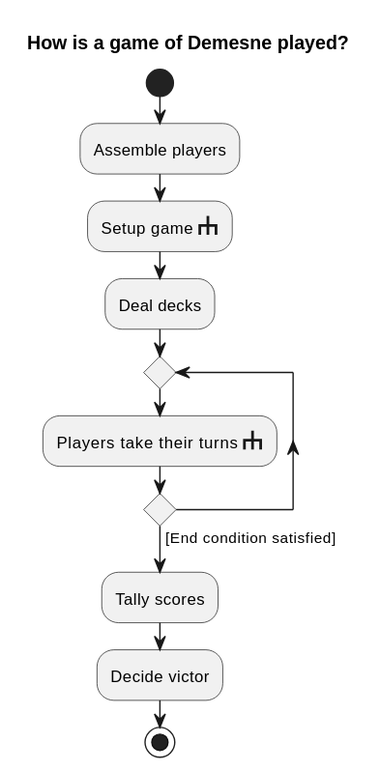
qwwqe/demesne keeps this PlantUML diagram as diagrams/game-activity.svg. Above is the earlier version.
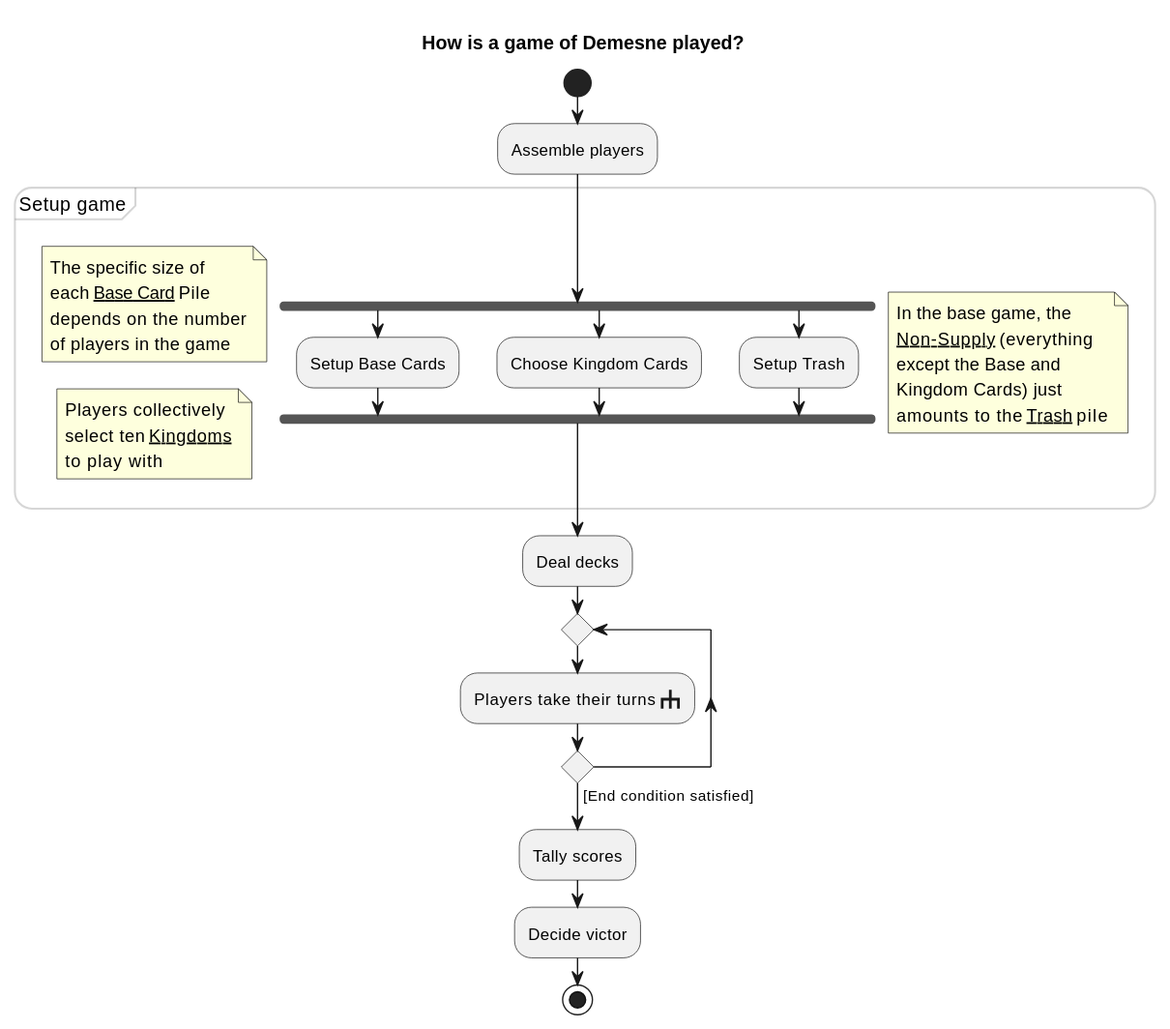
After the change.

Commit message:
Embed game setup in main game activity diagram

The edit, as a diff of the source:
```diff
@@ -1,20 +1,50 @@
 @startuml
 title How is a game of Demesne played?
 skinparam hyperlinkColor black
-skinparam hyperlinkUnderline false
 
 !include sprites/uml.puml
+
+<style>
+partition {
+  LineColor #33333333
+  RoundCorner 25
+}
+</style>
+
 
 start
 
 :Assemble players;
 
-:[[setup-activity.puml {How is the game set up?} Setup game <$subactivity_rake>]];
+partition "Setup game" {
+fork
+
+:Setup Base Cards;
+
+fork again
+
+:Choose Kingdom Cards;
+
+fork again
+
+:Setup Trash;
+
+end fork
+
+floating note left: The specific size of\neach [[base-card-class.puml {Base Cards} Base Card]] Pile\ndepends on the number\nof players in the game
+
+floating note left: Players collectively\nselect ten [[kingdom-card-class.puml {Kingdom Cards} Kingdoms]]\nto play with
+
+
+floating note right: In the base game, the\n[[non-supply-class.puml {Non-Supply} Non-Supply]] (everything\nexcept the Base and\nKingdom Cards) just\namounts to the [[trash-pile-class.puml {Trash} Trash]] pile
+
+}
+
 
 :Deal decks;
 
 repeat
-    :[[turn-activity.puml {How is a turn played?} Players take their turns <$subactivity_rake>]];
+    :Players take their turns [[turn-activity.puml {How is a turn played?} <$subactivity_rake>]];
 repeat while () not ([End condition satisfied])
 
 :Tally scores;
```
